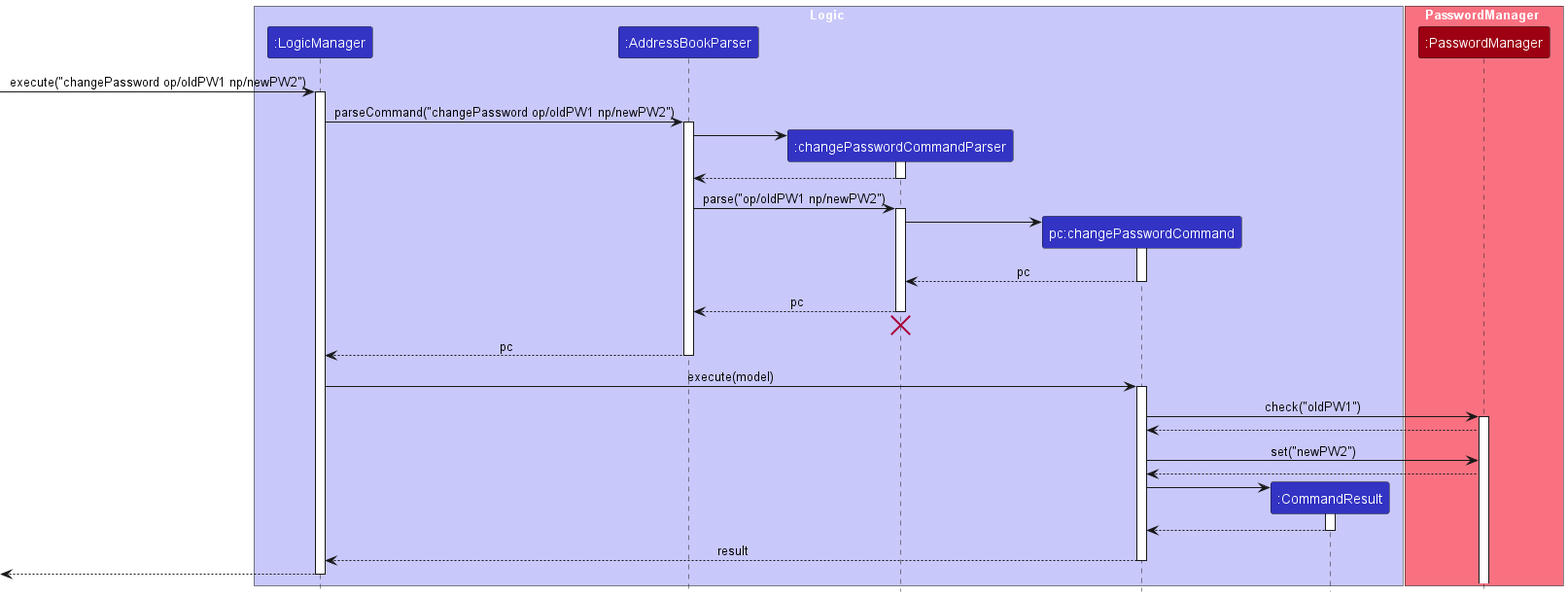
This is docs/diagrams/ChangePasswordSequenceDiagram.png from zhanyang01/tp, a PlantUML export, as it was before one commit.
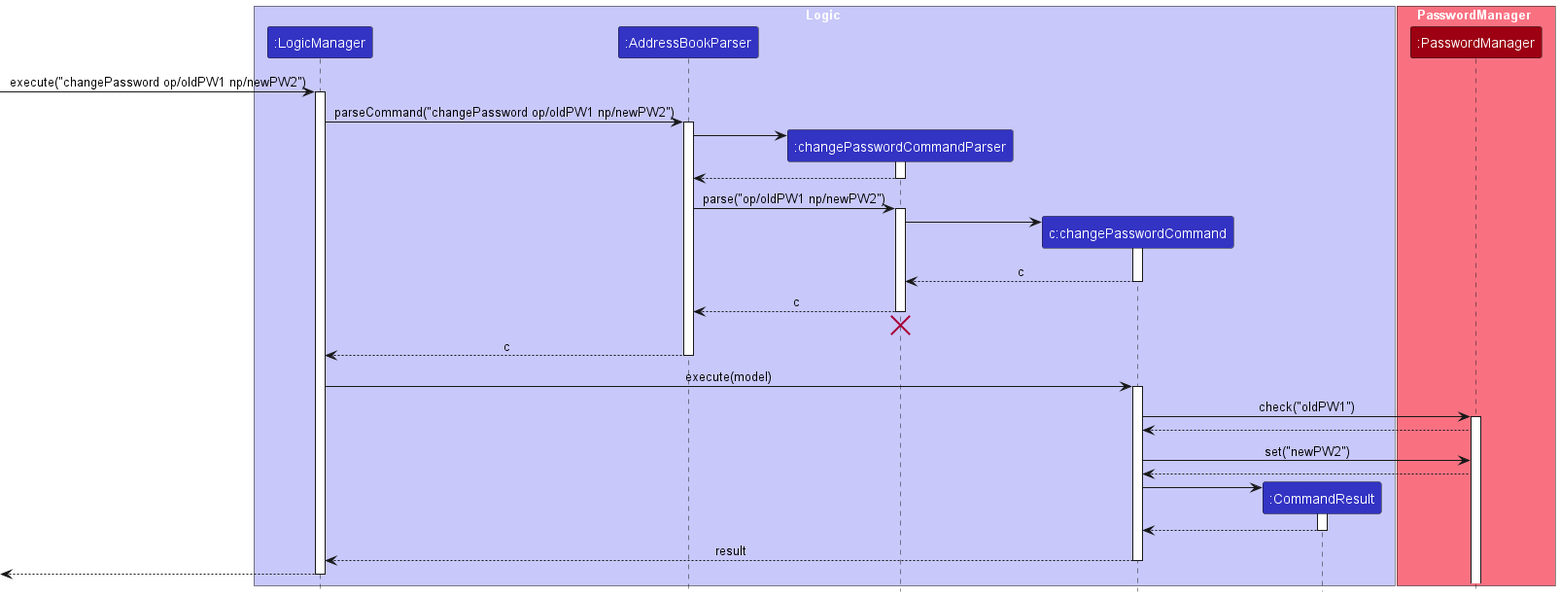
The same diagram one commit later.

What changed in the source:
```diff
@@ -6,7 +6,7 @@
 participant ":LogicManager" as LogicManager LOGIC_COLOR
 participant ":AddressBookParser" as AddressBookParser LOGIC_COLOR
 participant ":changePasswordCommandParser" as changePasswordCommandParser LOGIC_COLOR
-participant "pc:changePasswordCommand" as changePasswordCommand LOGIC_COLOR
+participant "c:changePasswordCommand" as changePasswordCommand LOGIC_COLOR
 participant ":CommandResult" as CommandResult LOGIC_COLOR
 end box
 
@@ -34,15 +34,15 @@
 changePasswordCommandParser -> changePasswordCommand
 activate changePasswordCommand
 
-changePasswordCommand --> changePasswordCommandParser : pc
+changePasswordCommand --> changePasswordCommandParser : c
 deactivate changePasswordCommand
 
-changePasswordCommandParser --> AddressBookParser : pc
+changePasswordCommandParser --> AddressBookParser : c
 deactivate changePasswordCommandParser
 changePasswordCommandParser -[hidden]-> AddressBookParser
 destroy changePasswordCommandParser
 
-AddressBookParser --> LogicManager : pc
+AddressBookParser --> LogicManager : c
 deactivate AddressBookParser
 
 LogicManager -> changePasswordCommand : execute(model)
```
